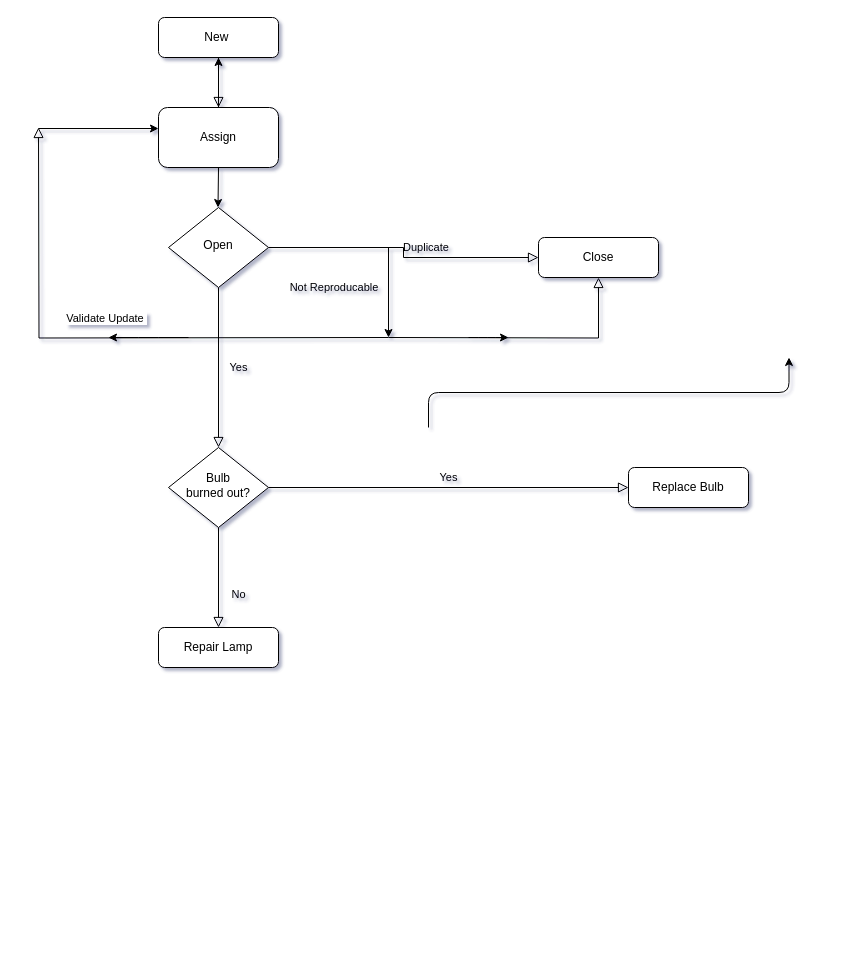
The draw.io diagram Untitled Diagram.drawio in myasharaf/drawio, before the edit. Source tidied: cells renumbered, new cells numbered last; positions are measured from the earlier drawing's top-left corner, leaving out a move shared by most shapes. Both pictures are drawn from the tidied source at 100%, with x=0, y=0 at pixel (38, 17).
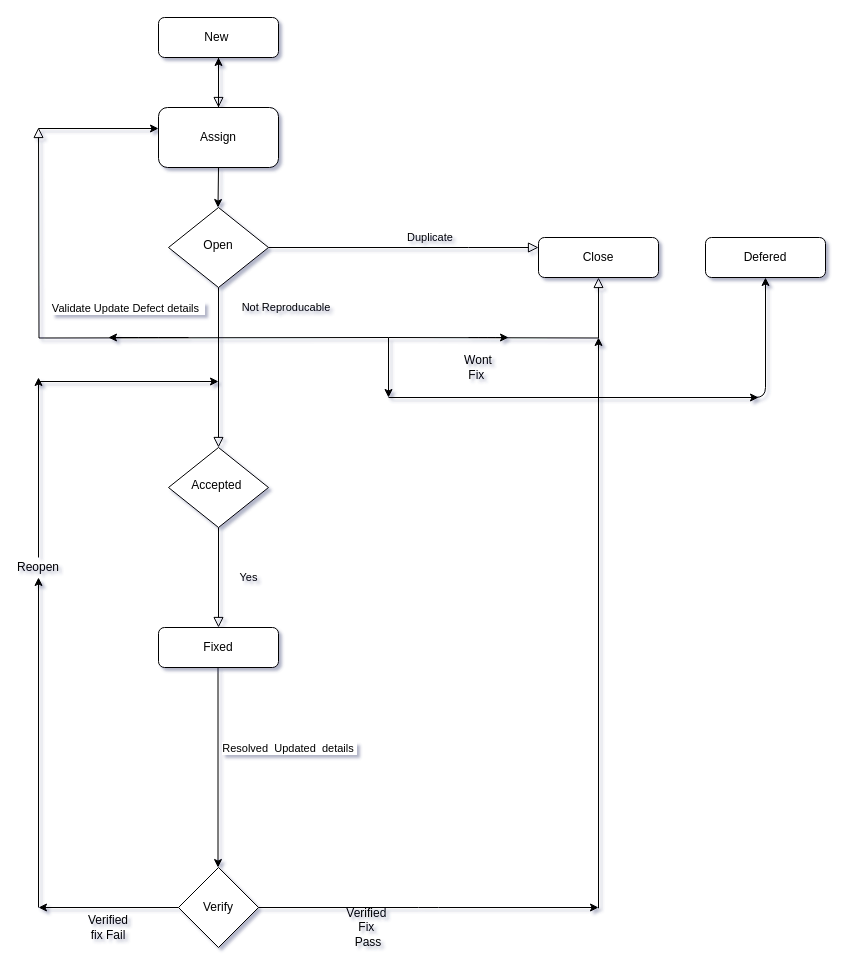
The same diagram, later.

The change refers to these unchanged cells:
```xml
<mxCell id="6" value="Open" style="rhombus;whiteSpace=wrap;html=1;shadow=0;fontFamily=Helvetica;fontSize=12;align=center;strokeWidth=1;spacing=6;spacingTop=-4;" parent="1" vertex="1">
  <mxGeometry x="130" y="190" width="100" height="80" as="geometry" />
</mxCell>
<mxCell id="7" value="Close" style="rounded=1;whiteSpace=wrap;html=1;fontSize=12;glass=0;strokeWidth=1;shadow=0;" parent="1" vertex="1">
  <mxGeometry x="500" y="220" width="120" height="40" as="geometry" />
</mxCell>
```

Change to the diagram source:
```diff
@@
-    <mxCell id="4" value="Yes" style="rounded=0;html=1;jettySize=auto;fontSize=11;endArrow=block;endFill=0;endSize=8;strokeWidth=1;shadow=0;labelBackgroundColor=none;edgeStyle=orthogonalEdgeStyle;" parent="1" edge="1" source="6" target="10">
-      <mxGeometry y="20" relative="1" as="geometry" />
+    <mxCell id="4" style="rounded=0;html=1;jettySize=auto;fontSize=11;endArrow=block;endFill=0;endSize=8;strokeWidth=1;shadow=0;labelBackgroundColor=none;edgeStyle=orthogonalEdgeStyle;" parent="1" edge="1" source="6" target="10">
+      <mxGeometry x="0.38" y="20" relative="1" as="geometry" />
     </mxCell>
     <mxCell id="5" value="Duplicate&amp;nbsp;" style="edgeStyle=orthogonalEdgeStyle;rounded=0;html=1;jettySize=auto;fontSize=11;endArrow=block;endFill=0;endSize=8;strokeWidth=1;shadow=0;labelBackgroundColor=none;" parent="1" edge="1" source="6" target="7">
-      <mxGeometry x="0.21" y="10" relative="1" as="geometry" />
+      <mxGeometry x="0.21" y="10" relative="1" as="geometry">
+        <Array as="points">
+          <mxPoint x="430" y="230" />
+          <mxPoint x="430" y="230" />
+        </Array>
+      </mxGeometry>
     </mxCell>
@@
-    <mxCell id="8" value="No" style="rounded=0;html=1;jettySize=auto;fontSize=11;endArrow=block;endFill=0;endSize=8;strokeWidth=1;shadow=0;labelBackgroundColor=none;edgeStyle=orthogonalEdgeStyle;" parent="1" edge="1" source="10" target="11">
-      <mxGeometry x="0.33" y="20" relative="1" as="geometry" />
+    <mxCell id="8" value="Yes" style="rounded=0;html=1;jettySize=auto;fontSize=11;endArrow=block;endFill=0;endSize=8;strokeWidth=1;shadow=0;labelBackgroundColor=none;edgeStyle=orthogonalEdgeStyle;" parent="1" edge="1" source="10" target="11">
+      <mxGeometry y="30" relative="1" as="geometry" />
     </mxCell>
-    <mxCell id="9" value="Yes" style="edgeStyle=orthogonalEdgeStyle;rounded=0;html=1;jettySize=auto;fontSize=11;endArrow=block;endFill=0;endSize=8;strokeWidth=1;shadow=0;labelBackgroundColor=none;" parent="1" edge="1" source="10" target="12">
-      <mxGeometry y="10" relative="1" as="geometry" />
-    </mxCell>
-    <mxCell id="10" value="Bulb&lt;br&gt;burned out?" style="rhombus;whiteSpace=wrap;html=1;shadow=0;fontFamily=Helvetica;fontSize=12;align=center;strokeWidth=1;spacing=6;spacingTop=-4;" parent="1" vertex="1">
+    <mxCell id="10" value="Accepted&amp;nbsp;" style="rhombus;whiteSpace=wrap;html=1;shadow=0;fontFamily=Helvetica;fontSize=12;align=center;strokeWidth=1;spacing=6;spacingTop=-4;" parent="1" vertex="1">
       <mxGeometry x="130" y="430" width="100" height="80" as="geometry" />
     </mxCell>
-    <mxCell id="11" value="Repair Lamp" style="rounded=1;whiteSpace=wrap;html=1;fontSize=12;glass=0;strokeWidth=1;shadow=0;" parent="1" vertex="1">
+    <mxCell id="11" value="Fixed" style="rounded=1;whiteSpace=wrap;html=1;fontSize=12;glass=0;strokeWidth=1;shadow=0;" parent="1" vertex="1">
       <mxGeometry x="120" y="610" width="120" height="40" as="geometry" />
     </mxCell>
-    <mxCell id="12" value="Replace Bulb" style="rounded=1;whiteSpace=wrap;html=1;fontSize=12;glass=0;strokeWidth=1;shadow=0;" parent="1" vertex="1">
-      <mxGeometry x="590" y="450" width="120" height="40" as="geometry" />
-    </mxCell>
@@
     <mxCell id="16" value="Not Reproducable&amp;nbsp;" style="edgeStyle=orthogonalEdgeStyle;rounded=0;html=1;jettySize=auto;orthogonalLoop=1;fontSize=11;endArrow=block;endFill=0;endSize=8;strokeWidth=1;shadow=0;labelBackgroundColor=none;" parent="1" edge="1">
-      <mxGeometry x="-0.81" y="-50" relative="1" as="geometry">
+      <mxGeometry x="-0.64" y="-30" relative="1" as="geometry">
         <mxPoint x="350" y="320" as="sourcePoint" />
         <mxPoint y="110" as="targetPoint" />
       </mxGeometry>
     </mxCell>
-    <mxCell id="17" value="Validate Update&amp;nbsp;" style="edgeLabel;html=1;align=center;verticalAlign=middle;" parent="16" vertex="1">
+    <mxCell id="17" value="Validate Update Defect details&amp;nbsp;&amp;nbsp;" style="edgeLabel;html=1;align=center;verticalAlign=middle;" parent="16" vertex="1">
       <mxGeometry x="0.01" y="2" relative="1" as="geometry">
-        <mxPoint y="-22" as="offset" />
+        <mxPoint x="22" y="-32" as="offset" />
       </mxGeometry>
     </mxCell>
-    <mxCell id="18" style="endArrow=classic;html=1;" parent="1" edge="1">
-      <mxGeometry relative="1" as="geometry">
-        <mxPoint x="350" y="230" as="sourcePoint" />
-        <mxPoint x="350" y="320" as="targetPoint" />
-      </mxGeometry>
-    </mxCell>
@@
-    <mxCell id="23" style="edgeStyle=elbowEdgeStyle;elbow=vertical;endArrow=classic;html=1;" parent="1" edge="1">
-      <mxGeometry relative="1" as="geometry">
-        <mxPoint x="390" y="410" as="sourcePoint" />
-        <mxPoint x="750.5" y="340" as="targetPoint" />
-      </mxGeometry>
-    </mxCell>
+    <mxCell id="24" value="Wont Fix&amp;nbsp;" style="text;html=1;strokeColor=none;fillColor=none;align=center;verticalAlign=middle;whiteSpace=wrap;rounded=0;" parent="1" vertex="1">
+      <mxGeometry x="420" y="340" width="40" height="20" as="geometry" />
+    </mxCell>
+    <mxCell id="25" style="endArrow=classic;html=1;strokeColor=#000000;" parent="1" edge="1">
+      <mxGeometry relative="1" as="geometry">
+        <mxPoint x="350" y="320" as="sourcePoint" />
+        <mxPoint x="350" y="380" as="targetPoint" />
+      </mxGeometry>
+    </mxCell>
+    <mxCell id="26" style="endArrow=classic;html=1;strokeColor=#000000;" parent="1" edge="1">
+      <mxGeometry relative="1" as="geometry">
+        <mxPoint x="350" y="380" as="sourcePoint" />
+        <mxPoint x="720" y="380" as="targetPoint" />
+      </mxGeometry>
+    </mxCell>
+    <mxCell id="27" value="Defered" style="rounded=1;whiteSpace=wrap;html=1;fontSize=12;glass=0;strokeWidth=1;shadow=0;" parent="1" vertex="1">
+      <mxGeometry x="667" y="220" width="120" height="40" as="geometry" />
+    </mxCell>
+    <mxCell id="28" style="edgeStyle=segmentEdgeStyle;endArrow=classic;html=1;strokeColor=#000000;entryX=0.5;entryY=1;entryDx=0;entryDy=0;" parent="1" edge="1" target="27">
+      <mxGeometry relative="1" as="geometry">
+        <mxPoint x="680" y="380" as="sourcePoint" />
+      </mxGeometry>
+    </mxCell>
+    <mxCell id="29" style="endArrow=classic;html=1;strokeColor=#000000;" parent="1" edge="1">
+      <mxGeometry relative="1" as="geometry">
+        <mxPoint x="179.5" y="650" as="sourcePoint" />
+        <mxPoint x="179.5" y="850" as="targetPoint" />
+      </mxGeometry>
+    </mxCell>
+    <mxCell id="30" value="Resolved&amp;nbsp; Updated&amp;nbsp; details&amp;nbsp;" style="edgeLabel;html=1;align=center;verticalAlign=middle;" parent="29" vertex="1">
+      <mxGeometry x="-0.28" y="2" relative="1" as="geometry">
+        <mxPoint x="68.5" y="8" as="offset" />
+      </mxGeometry>
+    </mxCell>
+    <mxCell id="31" value="Verify" style="rhombus;whiteSpace=wrap;html=1;" parent="1" vertex="1">
+      <mxGeometry x="140" y="850" width="80" height="80" as="geometry" />
+    </mxCell>
+    <mxCell id="32" style="edgeStyle=elbowEdgeStyle;elbow=horizontal;endArrow=classic;html=1;strokeColor=#000000;" parent="1" edge="1">
+      <mxGeometry relative="1" as="geometry">
+        <mxPoint x="220" y="890" as="sourcePoint" />
+        <mxPoint x="560" y="890" as="targetPoint" />
+      </mxGeometry>
+    </mxCell>
+    <mxCell id="33" value="Verified&amp;nbsp; Fix&amp;nbsp; Pass" style="text;html=1;strokeColor=none;fillColor=none;align=center;verticalAlign=middle;whiteSpace=wrap;rounded=0;" parent="1" vertex="1">
+      <mxGeometry x="310" y="900" width="40" height="20" as="geometry" />
+    </mxCell>
+    <mxCell id="34" style="endArrow=classic;html=1;strokeColor=#000000;" parent="1" edge="1">
+      <mxGeometry relative="1" as="geometry">
+        <mxPoint x="560" y="890.8" as="sourcePoint" />
+        <mxPoint x="560" y="320" as="targetPoint" />
+      </mxGeometry>
+    </mxCell>
+    <mxCell id="35" style="endArrow=classic;html=1;strokeColor=#000000;exitX=0;exitY=0.5;exitDx=0;exitDy=0;" parent="1" edge="1" source="31">
+      <mxGeometry relative="1" as="geometry">
+        <mxPoint y="890" as="targetPoint" />
+      </mxGeometry>
+    </mxCell>
+    <mxCell id="36" value="Verified fix Fail" style="text;html=1;strokeColor=none;fillColor=none;align=center;verticalAlign=middle;whiteSpace=wrap;rounded=0;" parent="1" vertex="1">
+      <mxGeometry x="50" y="900" width="40" height="20" as="geometry" />
+    </mxCell>
+    <mxCell id="37" style="endArrow=classic;html=1;strokeColor=#000000;" parent="1" edge="1" source="39">
+      <mxGeometry relative="1" as="geometry">
+        <mxPoint y="360" as="targetPoint" />
+      </mxGeometry>
+    </mxCell>
+    <mxCell id="38" style="endArrow=classic;html=1;strokeColor=#000000;" parent="1" edge="1">
+      <mxGeometry relative="1" as="geometry">
+        <mxPoint y="364" as="sourcePoint" />
+        <mxPoint x="180" y="364" as="targetPoint" />
+      </mxGeometry>
+    </mxCell>
+    <mxCell id="39" value="Reopen" style="text;html=1;strokeColor=none;fillColor=none;align=center;verticalAlign=middle;whiteSpace=wrap;rounded=0;" parent="1" vertex="1">
+      <mxGeometry x="-20" y="540" width="40" height="20" as="geometry" />
+    </mxCell>
+    <mxCell id="40" style="endArrow=classic;html=1;strokeColor=#000000;" parent="1" edge="1" target="39">
+      <mxGeometry relative="1" as="geometry">
+        <mxPoint y="890" as="sourcePoint" />
+      </mxGeometry>
+    </mxCell>
```
